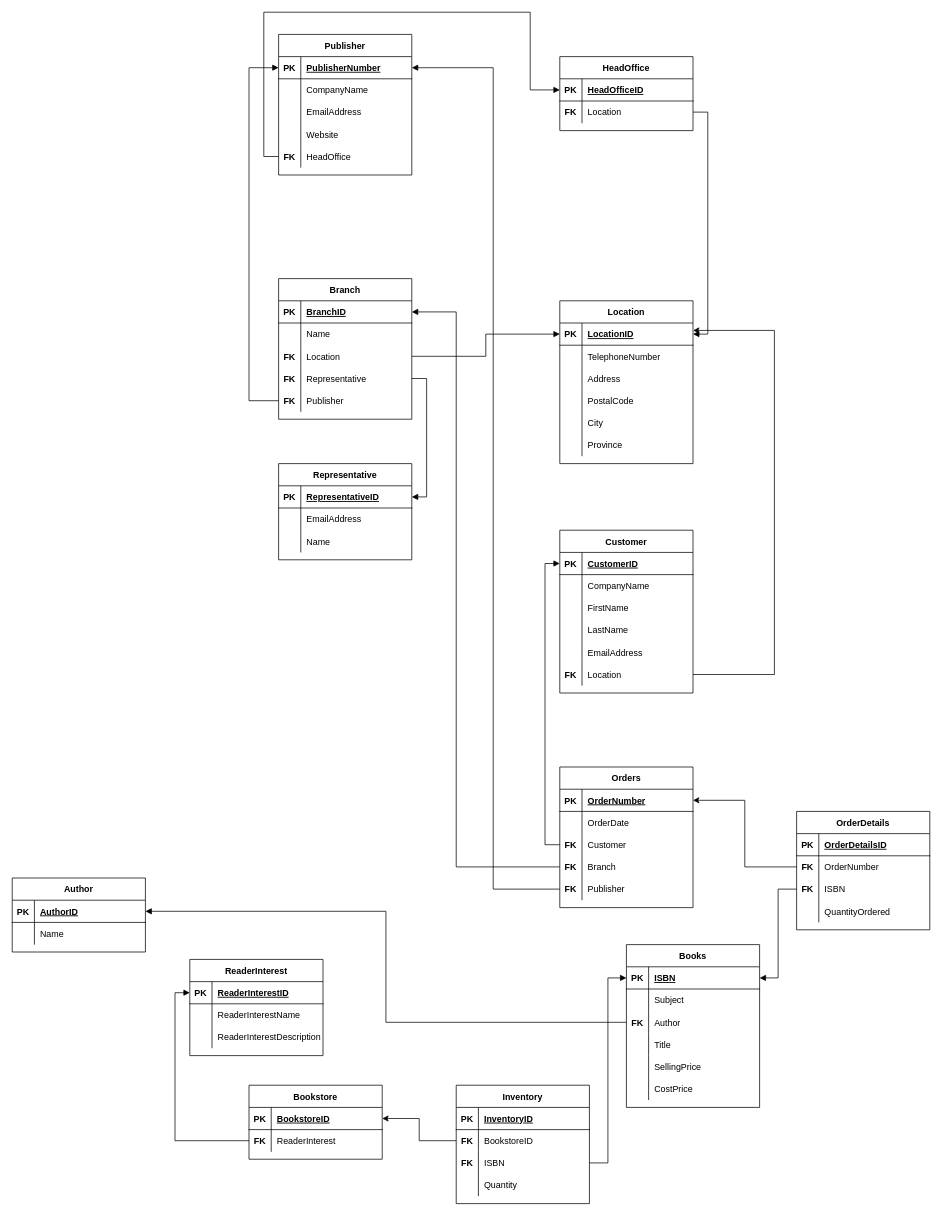
gordonpn/comp353-warmup-project keeps this draw.io diagram as relational-schema.drawio. Above is the earlier version. Source tidied: cells renumbered, new cells numbered last; positions are measured from the earlier drawing's top-left corner, leaving out a move shared by most shapes. Both pictures are drawn from the tidied source at 74%, with x=0, y=0 at pixel (12, 12).
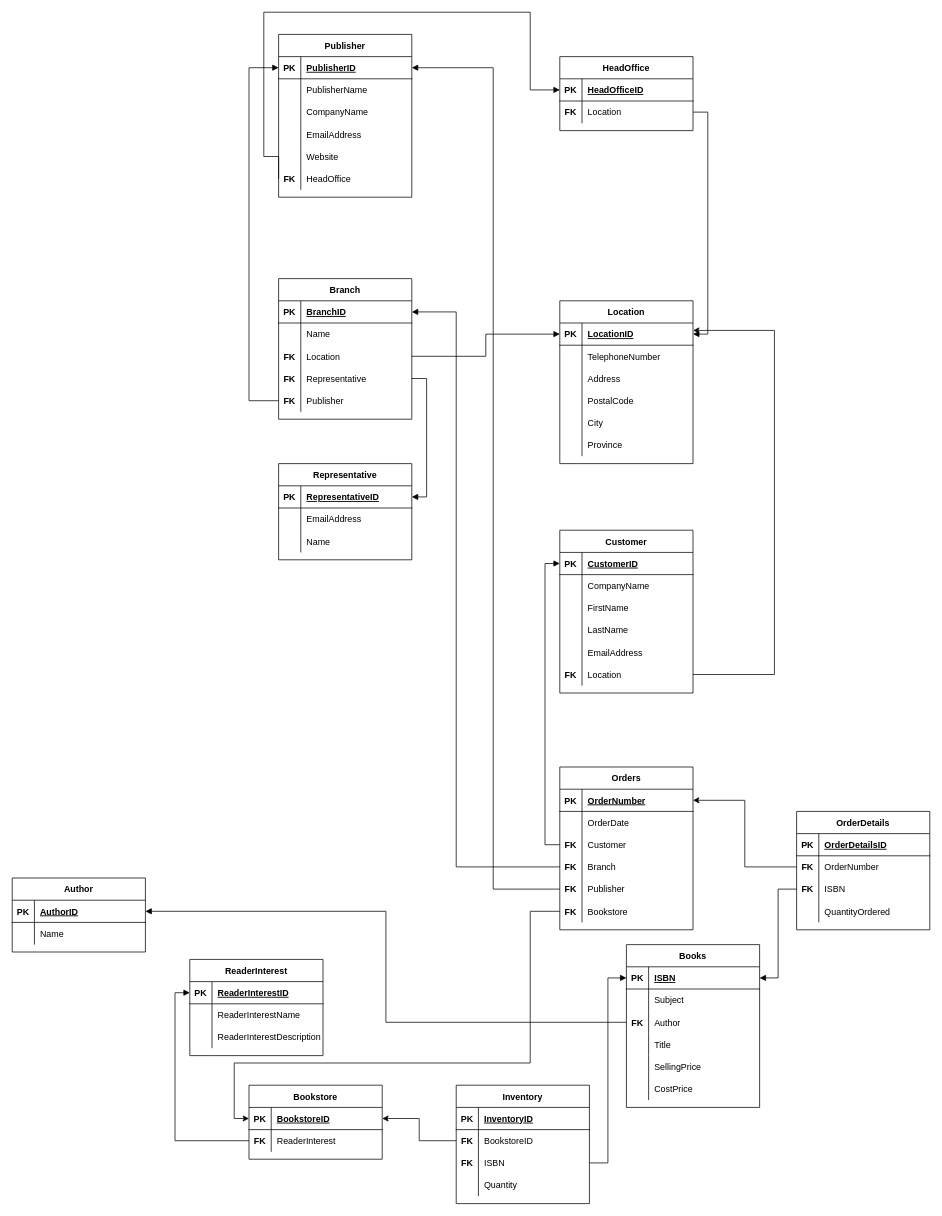
The same diagram, later.

The change refers to these unchanged cells:
```xml
<mxCell id="3" style="shape=partialRectangle;fillColor=none;top=0;left=0;bottom=1;right=0;points=[[0,0.5],[1,0.5]];portConstraint=eastwest;" parent="2" vertex="1">
  <mxGeometry y="30" width="180" height="30" as="geometry" />
</mxCell>
<mxCell id="130" style="shape=partialRectangle;fillColor=none;top=0;left=0;bottom=1;right=0;points=[[0,0.5],[1,0.5]];portConstraint=eastwest;" parent="129" vertex="1">
  <mxGeometry y="30" width="180" height="30" as="geometry" />
</mxCell>
```

Diff of the diagram source:
```diff
@@
     <mxCell id="2" value="Publisher" style="shape=table;startSize=30;childLayout=tableLayout;rowLines=0;fontStyle=1;align=center;" parent="1" vertex="1">
-      <mxGeometry x="360" y="30" width="180" height="190" as="geometry" />
+      <mxGeometry x="360" y="30" width="180" height="220" as="geometry" />
     </mxCell>
@@
-    <mxCell id="5" value="PublisherNumber" style="shape=partialRectangle;fillColor=none;top=0;left=0;bottom=0;right=0;align=left;spacingLeft=6;fontStyle=5;overflow=hidden;" parent="3" vertex="1">
+    <mxCell id="5" value="PublisherID" style="shape=partialRectangle;fillColor=none;top=0;left=0;bottom=0;right=0;align=left;spacingLeft=6;fontStyle=5;overflow=hidden;" parent="3" vertex="1">
       <mxGeometry x="30" width="150" height="30" as="geometry" />
     </mxCell>
+    <mxCell id="193" style="shape=partialRectangle;fillColor=none;top=0;left=0;bottom=0;right=0;" parent="2" vertex="1">
+      <mxGeometry y="60" width="180" height="30" as="geometry" />
+    </mxCell>
+    <mxCell id="194" style="shape=partialRectangle;fillColor=none;top=0;left=0;bottom=0;right=0;overflow=hidden;" parent="193" vertex="1">
+      <mxGeometry width="30" height="30" as="geometry" />
+    </mxCell>
+    <mxCell id="195" value="PublisherName" style="shape=partialRectangle;fillColor=none;top=0;left=0;bottom=0;right=0;align=left;spacingLeft=6;overflow=hidden;" parent="193" vertex="1">
+      <mxGeometry x="30" width="150" height="30" as="geometry" />
+    </mxCell>
     <mxCell id="6" style="shape=partialRectangle;fillColor=none;top=0;left=0;bottom=0;right=0;" parent="2" vertex="1">
-      <mxGeometry y="60" width="180" height="30" as="geometry" />
+      <mxGeometry y="90" width="180" height="30" as="geometry" />
     </mxCell>
@@
     <mxCell id="9" style="shape=partialRectangle;fillColor=none;top=0;left=0;bottom=0;right=0;" parent="2" vertex="1">
-      <mxGeometry y="90" width="180" height="30" as="geometry" />
+      <mxGeometry y="120" width="180" height="30" as="geometry" />
     </mxCell>
@@
     <mxCell id="12" style="shape=partialRectangle;fillColor=none;top=0;left=0;bottom=0;right=0;" parent="2" vertex="1">
-      <mxGeometry y="120" width="180" height="30" as="geometry" />
+      <mxGeometry y="150" width="180" height="30" as="geometry" />
     </mxCell>
@@
     <mxCell id="15" style="shape=partialRectangle;fillColor=none;top=0;left=0;bottom=0;right=0;points=[[0,0.5],[1,0.5]];portConstraint=eastwest;" parent="2" vertex="1">
-      <mxGeometry y="150" width="180" height="30" as="geometry" />
+      <mxGeometry y="180" width="180" height="30" as="geometry" />
     </mxCell>
@@
     <mxCell id="89" value="Orders" style="shape=table;startSize=30;childLayout=tableLayout;rowLines=0;fontStyle=1;align=center;" parent="1" vertex="1">
-      <mxGeometry x="740" y="1020" width="180" height="190" as="geometry" />
+      <mxGeometry x="740" y="1020" width="180" height="220" as="geometry" />
     </mxCell>
@@
+    <mxCell id="196" style="shape=partialRectangle;fillColor=none;top=0;left=0;bottom=0;right=0;points=[[0,0.5],[1,0.5]];portConstraint=eastwest;" parent="89" vertex="1">
+      <mxGeometry y="180" width="180" height="30" as="geometry" />
+    </mxCell>
+    <mxCell id="197" value="FK" style="shape=partialRectangle;fillColor=none;top=0;left=0;bottom=0;right=0;overflow=hidden;fontStyle=1;" parent="196" vertex="1">
+      <mxGeometry width="30" height="30" as="geometry" />
+    </mxCell>
+    <mxCell id="198" value="Bookstore" style="shape=partialRectangle;fillColor=none;top=0;left=0;bottom=0;right=0;align=left;spacingLeft=6;overflow=hidden;" parent="196" vertex="1">
+      <mxGeometry x="30" width="150" height="30" as="geometry" />
+    </mxCell>
@@
+    <mxCell id="199" style="edgeStyle=orthogonalEdgeStyle;rounded=0;jettySize=auto;html=1;exitX=0;exitY=0.5;exitDx=0;exitDy=0;entryX=0;entryY=0.5;entryDx=0;entryDy=0;" parent="1" edge="1" source="196" target="130">
+      <mxGeometry relative="1" as="geometry">
+        <Array as="points">
+          <mxPoint x="700" y="1215" />
+          <mxPoint x="700" y="1420" />
+          <mxPoint x="300" y="1420" />
+          <mxPoint x="300" y="1495" />
+        </Array>
+      </mxGeometry>
+    </mxCell>
```
